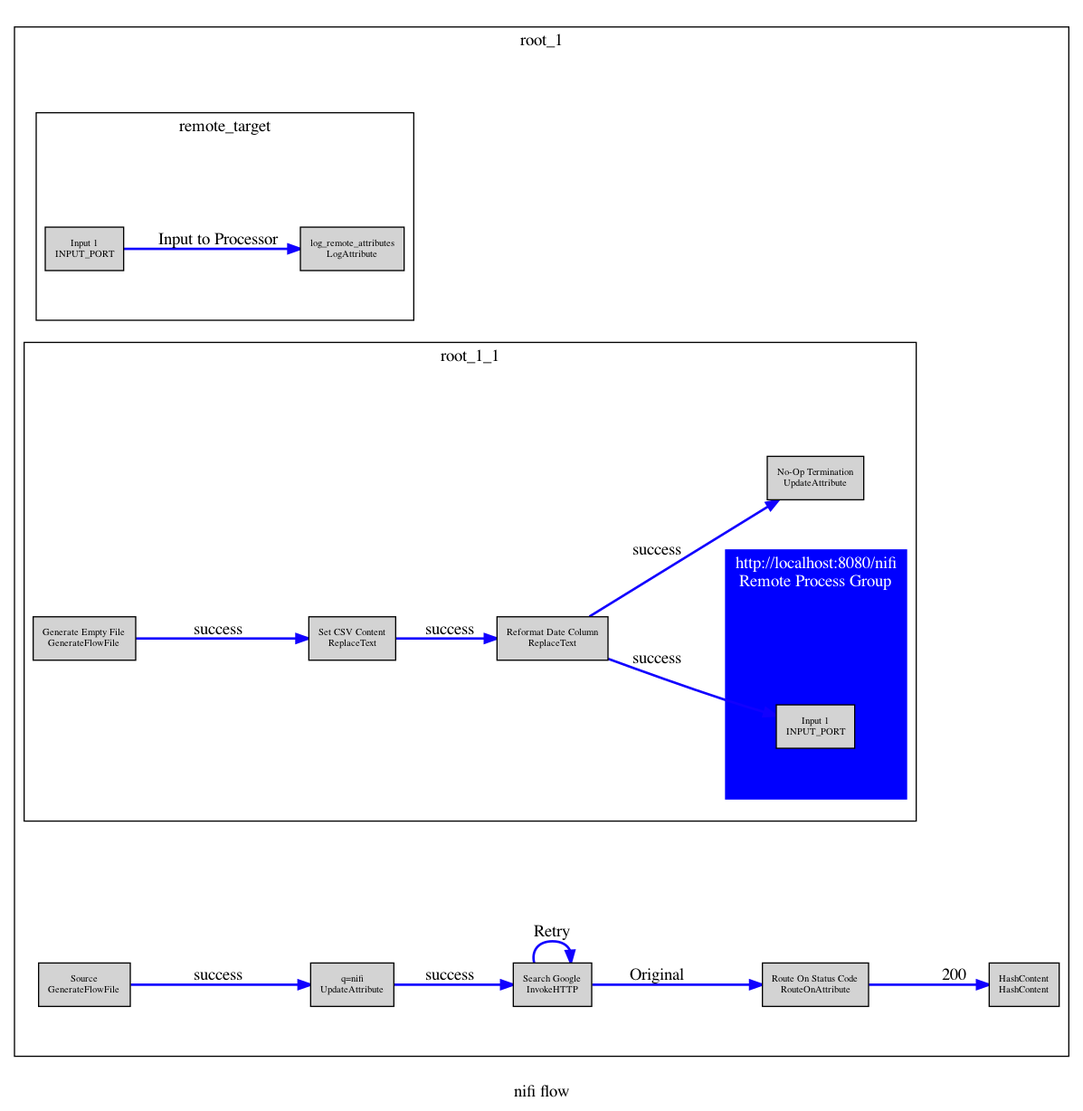
Before: sample_output/nifi-canvas.png, a diagram exported from Graphviz (palindromicity/dotifi). Its source is kept beside it as sample_output/nifi-canvas.dot.
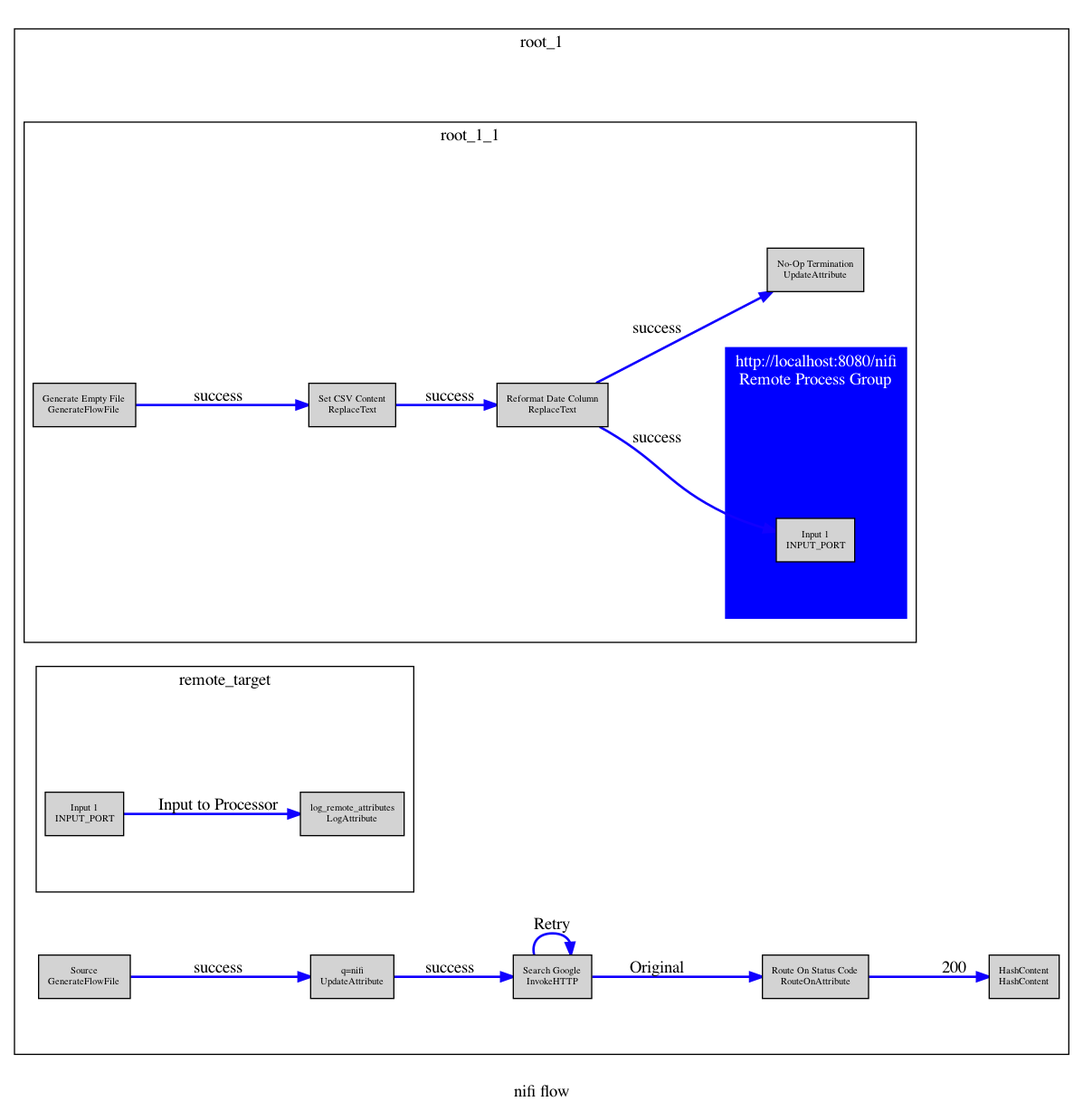
Later version of the same file.

What changed in the source:
```diff
@@ -15,61 +15,80 @@
 		style="setlinewidth(2)"
 	];
 	subgraph cluster_root_1 {
-		graph [label=root_1];
+		graph [id="351b1dbc-0172-1000-056d-ec78a003b493",
+			label=root_1
+		];
+		subgraph cluster_root_1_1 {
+			graph [id="351dbb56-0172-1000-21fa-a4af9fc0dbb1",
+				label=root_1_1
+			];
+			subgraph "cluster_NiFi Flow" {
+				graph [color=blue,
+					fontcolor=white,
+					id="65f8c7d5-0172-1000-a916-0e5562295e08",
+					label="http://localhost:8080/nifi
+Remote Process Group",
+					style=filled
+				];
+				"37b065f7-232b-30b9-a282-3ea28f75a2a2"	[id="37b065f7-232b-30b9-a282-3ea28f75a2a2",
+					label="Input 1
+INPUT_PORT"];
+			}
+			"b268f335-2a91-44e8-b567-c676c292fd55"	[id="b268f335-2a91-44e8-b567-c676c292fd55",
+				label="Reformat Date Column
+ReplaceText",
+				pos="1259.009165,1259.009165"];
+			"25b139c3-db89-4272-59c3-774ce58f0973"	[id="25b139c3-db89-4272-59c3-774ce58f0973",
+				label="No-Op Termination
+UpdateAttribute",
+				pos="1265.009165,1265.009165"];
+			"b268f335-2a91-44e8-b567-c676c292fd55" -> "25b139c3-db89-4272-59c3-774ce58f0973"	[label=success];
+			"b268f335-2a91-44e8-b567-c676c292fd55" -> "37b065f7-232b-30b9-a282-3ea28f75a2a2"	[label=success];
+			"67626c71-910a-4342-627d-e38cfcbcb924"	[id="67626c71-910a-4342-627d-e38cfcbcb924",
+				label="Set CSV Content
+ReplaceText",
+				pos="408.000000,408.000000"];
+			"67626c71-910a-4342-627d-e38cfcbcb924" -> "b268f335-2a91-44e8-b567-c676c292fd55"	[label=success];
+			"bc3ad300-c93c-430b-fc94-3a32c3020f53"	[id="bc3ad300-c93c-430b-fc94-3a32c3020f53",
+				label="Generate Empty File
+GenerateFlowFile",
+				pos="356.009165,356.009165"];
+			"bc3ad300-c93c-430b-fc94-3a32c3020f53" -> "67626c71-910a-4342-627d-e38cfcbcb924"	[label=success];
+		}
 		subgraph cluster_remote_target {
-			graph [label=remote_target];
-			"65f5b8db-0172-1000-407f-93e85d1d9f94"	[label="Input 1
+			graph [id="65f57b35-0172-1000-d805-dec5391bee7e",
+				label=remote_target
+			];
+			"65f5b8db-0172-1000-407f-93e85d1d9f94"	[id="65f5b8db-0172-1000-407f-93e85d1d9f94",
+				label="Input 1
 INPUT_PORT",
 				pos="-768.000000,-768.000000"];
-			"65f629b8-0172-1000-4ced-efa192c35536"	[label="log_remote_attributes
+			"65f629b8-0172-1000-4ced-efa192c35536"	[id="65f629b8-0172-1000-4ced-efa192c35536",
+				label="log_remote_attributes
 LogAttribute",
 				pos="-344.000000,-344.000000"];
 			"65f5b8db-0172-1000-407f-93e85d1d9f94" -> "65f629b8-0172-1000-4ced-efa192c35536"	[label="Input to Processor"];
 		}
-		subgraph cluster_root_1_1 {
-			graph [label=root_1_1];
-			subgraph "cluster_NiFi Flow" {
-				graph [color=blue,
-					fontcolor=white,
-					label="http://localhost:8080/nifi
-Remote Process Group",
-					style=filled
-				];
-				"37b065f7-232b-30b9-a282-3ea28f75a2a2"	[label="Input 1
-INPUT_PORT"];
-			}
-			"b268f335-2a91-44e8-b567-c676c292fd55"	[label="Reformat Date Column
-ReplaceText",
-				pos="1259.009165,1259.009165"];
-			"25b139c3-db89-4272-59c3-774ce58f0973"	[label="No-Op Termination
-UpdateAttribute",
-				pos="1265.009165,1265.009165"];
-			"b268f335-2a91-44e8-b567-c676c292fd55" -> "25b139c3-db89-4272-59c3-774ce58f0973"	[label=success];
-			"b268f335-2a91-44e8-b567-c676c292fd55" -> "37b065f7-232b-30b9-a282-3ea28f75a2a2"	[label=success];
-			"67626c71-910a-4342-627d-e38cfcbcb924"	[label="Set CSV Content
-ReplaceText",
-				pos="408.000000,408.000000"];
-			"67626c71-910a-4342-627d-e38cfcbcb924" -> "b268f335-2a91-44e8-b567-c676c292fd55"	[label=success];
-			"bc3ad300-c93c-430b-fc94-3a32c3020f53"	[label="Generate Empty File
-GenerateFlowFile",
-				pos="356.009165,356.009165"];
-			"bc3ad300-c93c-430b-fc94-3a32c3020f53" -> "67626c71-910a-4342-627d-e38cfcbcb924"	[label=success];
-		}
-		"719d5fb9-cd96-4491-fe7c-e81b3f3bb555"	[label="q=nifi
+		"719d5fb9-cd96-4491-fe7c-e81b3f3bb555"	[id="719d5fb9-cd96-4491-fe7c-e81b3f3bb555",
+			label="q=nifi
 UpdateAttribute",
 			pos="1242.304169,1242.304169"];
-		"e829b880-ef17-432a-7c5c-1e3ecdcd690d"	[label="Search Google
+		"e829b880-ef17-432a-7c5c-1e3ecdcd690d"	[id="e829b880-ef17-432a-7c5c-1e3ecdcd690d",
+			label="Search Google
 InvokeHTTP",
 			pos="1245.295837,1245.295837"];
 		"719d5fb9-cd96-4491-fe7c-e81b3f3bb555" -> "e829b880-ef17-432a-7c5c-1e3ecdcd690d"	[label=success];
-		"f96be8b1-78b2-42f2-6ba5-2579f4f6c411"	[label="Source
+		"f96be8b1-78b2-42f2-6ba5-2579f4f6c411"	[id="f96be8b1-78b2-42f2-6ba5-2579f4f6c411",
+			label="Source
 GenerateFlowFile",
 			pos="425.000000,425.000000"];
 		"f96be8b1-78b2-42f2-6ba5-2579f4f6c411" -> "719d5fb9-cd96-4491-fe7c-e81b3f3bb555"	[label=success];
-		"83ca901a-efe0-4d97-dbca-5c557cefbe6f"	[label="HashContent
+		"83ca901a-efe0-4d97-dbca-5c557cefbe6f"	[id="83ca901a-efe0-4d97-dbca-5c557cefbe6f",
+			label="HashContent
 HashContent",
 			pos="1264.422387,1264.422387"];
-		"ffcc8819-75f5-4811-e906-434e71a31f26"	[label="Route On Status Code
+		"ffcc8819-75f5-4811-e906-434e71a31f26"	[id="ffcc8819-75f5-4811-e906-434e71a31f26",
+			label="Route On Status Code
 RouteOnAttribute",
 			pos="1242.078949,1242.078949"];
 		"ffcc8819-75f5-4811-e906-434e71a31f26" -> "83ca901a-efe0-4d97-dbca-5c557cefbe6f"	[label=200];
```
